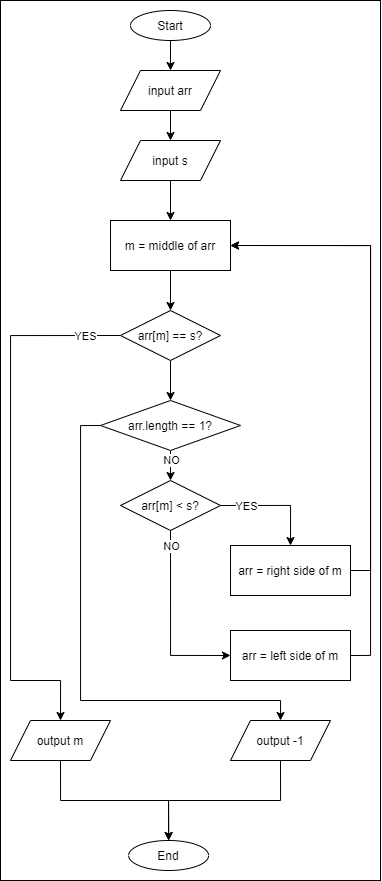
Above: PearsonHND/2022/Unit1_Programming/00_Src/bin_search_flow.png in 000407/LectureNotes (draw.io), before the change. Source tidied: cells renumbered, new cells last; positions are measured from the earlier drawing's top-left corner, leaving out a move shared by most shapes. Source of this version:
```xml
<mxGraphModel>
  <root>
    <mxCell id="0" />
    <mxCell id="1" parent="0" />
    <mxCell id="2" style="rounded=0;whiteSpace=wrap;html=1;fillColor=none;" parent="1" vertex="1">
      <mxGeometry width="380" height="880" as="geometry" />
    </mxCell>
    <mxCell id="3" style="edgeStyle=orthogonalEdgeStyle;rounded=0;jettySize=auto;html=1;exitX=0.5;exitY=1;exitDx=0;exitDy=0;entryX=0.5;entryY=0;entryDx=0;entryDy=0;" parent="1" edge="1" source="4" target="6">
      <mxGeometry relative="1" as="geometry" />
    </mxCell>
    <mxCell id="4" value="Start" style="ellipse;whiteSpace=wrap;html=1;" parent="1" vertex="1">
      <mxGeometry x="130" y="10" width="80" height="30" as="geometry" />
    </mxCell>
    <mxCell id="5" style="edgeStyle=orthogonalEdgeStyle;rounded=0;jettySize=auto;html=1;exitX=0.5;exitY=1;exitDx=0;exitDy=0;entryX=0.5;entryY=0;entryDx=0;entryDy=0;" parent="1" edge="1" source="6" target="8">
      <mxGeometry relative="1" as="geometry" />
    </mxCell>
    <mxCell id="6" value="input arr" style="shape=parallelogram;perimeter=parallelogramPerimeter;whiteSpace=wrap;html=1;fixedSize=1;" parent="1" vertex="1">
      <mxGeometry x="120" y="70" width="100" height="40" as="geometry" />
    </mxCell>
    <mxCell id="7" style="edgeStyle=orthogonalEdgeStyle;rounded=0;jettySize=auto;html=1;exitX=0.5;exitY=1;exitDx=0;exitDy=0;entryX=0.5;entryY=0;entryDx=0;entryDy=0;" parent="1" edge="1" source="8" target="11">
      <mxGeometry relative="1" as="geometry" />
    </mxCell>
    <mxCell id="8" value="input s" style="shape=parallelogram;perimeter=parallelogramPerimeter;whiteSpace=wrap;html=1;fixedSize=1;" parent="1" vertex="1">
      <mxGeometry x="120" y="140" width="100" height="40" as="geometry" />
    </mxCell>
    <mxCell id="9" value="End" style="ellipse;whiteSpace=wrap;html=1;" parent="1" vertex="1">
      <mxGeometry x="128.1" y="840" width="80" height="30" as="geometry" />
    </mxCell>
    <mxCell id="10" style="edgeStyle=orthogonalEdgeStyle;rounded=0;jettySize=auto;html=1;exitX=0.5;exitY=1;exitDx=0;exitDy=0;entryX=0.5;entryY=0;entryDx=0;entryDy=0;" parent="1" edge="1" source="11" target="15">
      <mxGeometry relative="1" as="geometry" />
    </mxCell>
    <mxCell id="11" value="m = middle of arr" style="rounded=0;whiteSpace=wrap;html=1;" parent="1" vertex="1">
      <mxGeometry x="110" y="220" width="120" height="50" as="geometry" />
    </mxCell>
    <mxCell id="12" style="edgeStyle=orthogonalEdgeStyle;rounded=0;jettySize=auto;html=1;exitX=0;exitY=0.5;exitDx=0;exitDy=0;entryX=0.5;entryY=0;entryDx=0;entryDy=0;" parent="1" edge="1" source="15" target="30">
      <mxGeometry relative="1" as="geometry">
        <Array as="points">
          <mxPoint x="10" y="335" />
          <mxPoint x="10" y="680" />
          <mxPoint x="60" y="680" />
        </Array>
      </mxGeometry>
    </mxCell>
    <mxCell id="13" value="YES" style="edgeLabel;html=1;align=center;verticalAlign=middle;" parent="12" vertex="1">
      <mxGeometry x="-0.85" y="1" relative="1" as="geometry">
        <mxPoint x="4" y="-1" as="offset" />
      </mxGeometry>
    </mxCell>
    <mxCell id="14" style="edgeStyle=orthogonalEdgeStyle;rounded=0;jettySize=auto;html=1;exitX=0.5;exitY=1;exitDx=0;exitDy=0;entryX=0.5;entryY=0;entryDx=0;entryDy=0;" parent="1" edge="1" source="15" target="19">
      <mxGeometry relative="1" as="geometry" />
    </mxCell>
    <mxCell id="15" value="arr[m] == s?" style="rhombus;whiteSpace=wrap;html=1;" parent="1" vertex="1">
      <mxGeometry x="120" y="310" width="100" height="50" as="geometry" />
    </mxCell>
    <mxCell id="16" style="edgeStyle=orthogonalEdgeStyle;rounded=0;jettySize=auto;html=1;exitX=0.5;exitY=1;exitDx=0;exitDy=0;entryX=0.5;entryY=0;entryDx=0;entryDy=0;" parent="1" edge="1" source="19" target="24">
      <mxGeometry relative="1" as="geometry" />
    </mxCell>
    <mxCell id="17" value="NO" style="edgeLabel;html=1;align=center;verticalAlign=middle;" parent="16" vertex="1">
      <mxGeometry x="-0.62" relative="1" as="geometry">
        <mxPoint y="4" as="offset" />
      </mxGeometry>
    </mxCell>
    <mxCell id="18" style="edgeStyle=orthogonalEdgeStyle;rounded=0;jettySize=auto;html=1;exitX=0;exitY=0.5;exitDx=0;exitDy=0;entryX=0.5;entryY=0;entryDx=0;entryDy=0;" parent="1" edge="1" source="19" target="32">
      <mxGeometry relative="1" as="geometry">
        <Array as="points">
          <mxPoint x="80" y="425" />
          <mxPoint x="80" y="700" />
          <mxPoint x="280" y="700" />
        </Array>
      </mxGeometry>
    </mxCell>
    <mxCell id="19" value="arr.length == 1?" style="rhombus;whiteSpace=wrap;html=1;" parent="1" vertex="1">
      <mxGeometry x="100" y="400" width="140" height="50" as="geometry" />
    </mxCell>
    <mxCell id="20" style="edgeStyle=orthogonalEdgeStyle;rounded=0;jettySize=auto;html=1;exitX=1;exitY=0.5;exitDx=0;exitDy=0;entryX=0.5;entryY=0;entryDx=0;entryDy=0;" parent="1" edge="1" source="24" target="26">
      <mxGeometry relative="1" as="geometry" />
    </mxCell>
    <mxCell id="21" value="YES" style="edgeLabel;html=1;align=center;verticalAlign=middle;" parent="20" vertex="1">
      <mxGeometry x="-0.52" relative="1" as="geometry" />
    </mxCell>
    <mxCell id="22" style="edgeStyle=orthogonalEdgeStyle;rounded=0;jettySize=auto;html=1;exitX=0.5;exitY=1;exitDx=0;exitDy=0;entryX=0;entryY=0.5;entryDx=0;entryDy=0;" parent="1" edge="1" source="24" target="28">
      <mxGeometry relative="1" as="geometry" />
    </mxCell>
    <mxCell id="23" value="NO" style="edgeLabel;html=1;align=center;verticalAlign=middle;" parent="22" vertex="1">
      <mxGeometry x="-0.77" relative="1" as="geometry">
        <mxPoint y="-6" as="offset" />
      </mxGeometry>
    </mxCell>
    <mxCell id="24" value="arr[m] &amp;lt; s?" style="rhombus;whiteSpace=wrap;html=1;" parent="1" vertex="1">
      <mxGeometry x="120" y="480" width="100" height="50" as="geometry" />
    </mxCell>
    <mxCell id="25" style="edgeStyle=orthogonalEdgeStyle;rounded=0;jettySize=auto;html=1;exitX=1;exitY=0.5;exitDx=0;exitDy=0;entryX=1;entryY=0.5;entryDx=0;entryDy=0;" parent="1" edge="1" source="26" target="11">
      <mxGeometry relative="1" as="geometry" />
    </mxCell>
    <mxCell id="26" value="arr = right side of m" style="rounded=0;whiteSpace=wrap;html=1;" parent="1" vertex="1">
      <mxGeometry x="230" y="545" width="120" height="50" as="geometry" />
    </mxCell>
    <mxCell id="27" style="edgeStyle=orthogonalEdgeStyle;rounded=0;jettySize=auto;html=1;exitX=1;exitY=0.5;exitDx=0;exitDy=0;entryX=1;entryY=0.5;entryDx=0;entryDy=0;" parent="1" edge="1" source="28" target="11">
      <mxGeometry relative="1" as="geometry" />
    </mxCell>
    <mxCell id="28" value="arr = left side of m" style="rounded=0;whiteSpace=wrap;html=1;" parent="1" vertex="1">
      <mxGeometry x="230" y="630" width="120" height="50" as="geometry" />
    </mxCell>
    <mxCell id="29" style="edgeStyle=orthogonalEdgeStyle;rounded=0;jettySize=auto;html=1;exitX=0.5;exitY=1;exitDx=0;exitDy=0;entryX=0.5;entryY=0;entryDx=0;entryDy=0;" parent="1" edge="1" source="30" target="9">
      <mxGeometry relative="1" as="geometry" />
    </mxCell>
    <mxCell id="30" value="output m" style="shape=parallelogram;perimeter=parallelogramPerimeter;whiteSpace=wrap;html=1;fixedSize=1;" parent="1" vertex="1">
      <mxGeometry x="10" y="720" width="100" height="40" as="geometry" />
    </mxCell>
    <mxCell id="31" style="edgeStyle=orthogonalEdgeStyle;rounded=0;jettySize=auto;html=1;exitX=0.5;exitY=1;exitDx=0;exitDy=0;entryX=0.5;entryY=0;entryDx=0;entryDy=0;" parent="1" edge="1" source="32" target="9">
      <mxGeometry relative="1" as="geometry" />
    </mxCell>
    <mxCell id="32" value="output -1" style="shape=parallelogram;perimeter=parallelogramPerimeter;whiteSpace=wrap;html=1;fixedSize=1;" parent="1" vertex="1">
      <mxGeometry x="230" y="720" width="100" height="40" as="geometry" />
    </mxCell>
  </root>
</mxGraphModel>
```
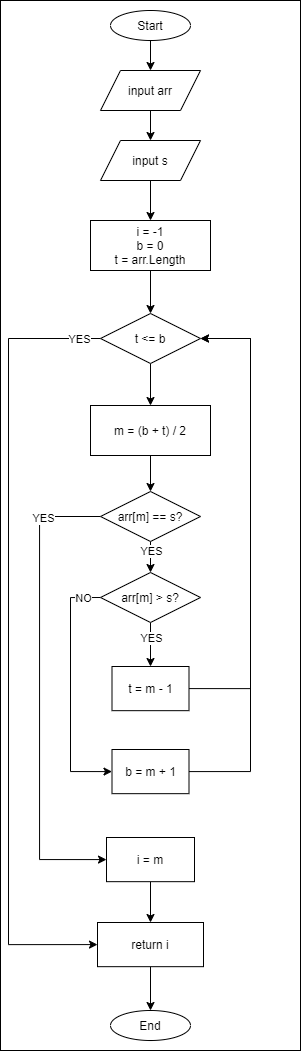
After the commit.

What changed in the source:
```diff
@@ -3,7 +3,7 @@
     <mxCell id="0" />
     <mxCell id="1" parent="0" />
     <mxCell id="2" style="rounded=0;whiteSpace=wrap;html=1;fillColor=none;" parent="1" vertex="1">
-      <mxGeometry width="380" height="880" as="geometry" />
+      <mxGeometry x="20" width="300" height="1050" as="geometry" />
     </mxCell>
     <mxCell id="3" style="edgeStyle=orthogonalEdgeStyle;rounded=0;jettySize=auto;html=1;exitX=0.5;exitY=1;exitDx=0;exitDy=0;entryX=0.5;entryY=0;entryDx=0;entryDy=0;" parent="1" edge="1" source="4" target="6">
       <mxGeometry relative="1" as="geometry" />
@@ -24,94 +24,112 @@
       <mxGeometry x="120" y="140" width="100" height="40" as="geometry" />
     </mxCell>
     <mxCell id="9" value="End" style="ellipse;whiteSpace=wrap;html=1;" parent="1" vertex="1">
-      <mxGeometry x="128.1" y="840" width="80" height="30" as="geometry" />
+      <mxGeometry x="130" y="1010" width="80" height="30" as="geometry" />
     </mxCell>
-    <mxCell id="10" style="edgeStyle=orthogonalEdgeStyle;rounded=0;jettySize=auto;html=1;exitX=0.5;exitY=1;exitDx=0;exitDy=0;entryX=0.5;entryY=0;entryDx=0;entryDy=0;" parent="1" edge="1" source="11" target="15">
-      <mxGeometry relative="1" as="geometry" />
-    </mxCell>
+    <mxCell id="33" style="edgeStyle=orthogonalEdgeStyle;rounded=0;jettySize=auto;html=1;exitX=0.5;exitY=1;exitDx=0;exitDy=0;entryX=0.5;entryY=0;entryDx=0;entryDy=0;" parent="1" edge="1" source="11" target="41">
+      <mxGeometry relative="1" as="geometry" />
+    </mxCell>
-    <mxCell id="11" value="m = middle of arr" style="rounded=0;whiteSpace=wrap;html=1;" parent="1" vertex="1">
+    <mxCell id="11" value="i = -1&lt;br&gt;b = 0&lt;br&gt;t = arr.Length" style="rounded=0;whiteSpace=wrap;html=1;" parent="1" vertex="1">
       <mxGeometry x="110" y="220" width="120" height="50" as="geometry" />
     </mxCell>
-    <mxCell id="12" style="edgeStyle=orthogonalEdgeStyle;rounded=0;jettySize=auto;html=1;exitX=0;exitY=0.5;exitDx=0;exitDy=0;entryX=0.5;entryY=0;entryDx=0;entryDy=0;" parent="1" edge="1" source="15" target="30">
-      <mxGeometry relative="1" as="geometry">
-        <Array as="points">
-          <mxPoint x="10" y="335" />
-          <mxPoint x="10" y="680" />
-          <mxPoint x="60" y="680" />
-        </Array>
-      </mxGeometry>
-    </mxCell>
-    <mxCell id="13" value="YES" style="edgeLabel;html=1;align=center;verticalAlign=middle;" parent="12" vertex="1">
-      <mxGeometry x="-0.85" y="1" relative="1" as="geometry">
-        <mxPoint x="4" y="-1" as="offset" />
-      </mxGeometry>
-    </mxCell>
-    <mxCell id="14" style="edgeStyle=orthogonalEdgeStyle;rounded=0;jettySize=auto;html=1;exitX=0.5;exitY=1;exitDx=0;exitDy=0;entryX=0.5;entryY=0;entryDx=0;entryDy=0;" parent="1" edge="1" source="15" target="19">
-      <mxGeometry relative="1" as="geometry" />
-    </mxCell>
+    <mxCell id="34" style="edgeStyle=orthogonalEdgeStyle;rounded=0;jettySize=auto;html=1;exitX=0;exitY=0.5;exitDx=0;exitDy=0;entryX=0;entryY=0.5;entryDx=0;entryDy=0;" parent="1" edge="1" source="15" target="56">
+      <mxGeometry relative="1" as="geometry">
+        <Array as="points">
+          <mxPoint x="59" y="516" />
+          <mxPoint x="59" y="859" />
+        </Array>
+      </mxGeometry>
+    </mxCell>
+    <mxCell id="35" value="YES" style="edgeLabel;html=1;align=center;verticalAlign=middle;" parent="34" vertex="1">
+      <mxGeometry x="-0.76" y="1" relative="1" as="geometry" />
+    </mxCell>
+    <mxCell id="36" style="edgeStyle=orthogonalEdgeStyle;rounded=0;jettySize=auto;html=1;exitX=0.5;exitY=1;exitDx=0;exitDy=0;entryX=0.5;entryY=0;entryDx=0;entryDy=0;" parent="1" edge="1" source="15" target="50">
+      <mxGeometry relative="1" as="geometry" />
+    </mxCell>
+    <mxCell id="37" value="YES" style="edgeLabel;html=1;align=center;verticalAlign=middle;" parent="36" vertex="1">
+      <mxGeometry x="-0.41" relative="1" as="geometry" />
+    </mxCell>
     <mxCell id="15" value="arr[m] == s?" style="rhombus;whiteSpace=wrap;html=1;" parent="1" vertex="1">
-      <mxGeometry x="120" y="310" width="100" height="50" as="geometry" />
+      <mxGeometry x="120" y="491" width="100" height="50" as="geometry" />
     </mxCell>
-    <mxCell id="16" style="edgeStyle=orthogonalEdgeStyle;rounded=0;jettySize=auto;html=1;exitX=0.5;exitY=1;exitDx=0;exitDy=0;entryX=0.5;entryY=0;entryDx=0;entryDy=0;" parent="1" edge="1" source="19" target="24">
-      <mxGeometry relative="1" as="geometry" />
-    </mxCell>
-    <mxCell id="17" value="NO" style="edgeLabel;html=1;align=center;verticalAlign=middle;" parent="16" vertex="1">
-      <mxGeometry x="-0.62" relative="1" as="geometry">
-        <mxPoint y="4" as="offset" />
-      </mxGeometry>
-    </mxCell>
-    <mxCell id="18" style="edgeStyle=orthogonalEdgeStyle;rounded=0;jettySize=auto;html=1;exitX=0;exitY=0.5;exitDx=0;exitDy=0;entryX=0.5;entryY=0;entryDx=0;entryDy=0;" parent="1" edge="1" source="19" target="32">
-      <mxGeometry relative="1" as="geometry">
-        <Array as="points">
-          <mxPoint x="80" y="425" />
-          <mxPoint x="80" y="700" />
-          <mxPoint x="280" y="700" />
-        </Array>
-      </mxGeometry>
-    </mxCell>
-    <mxCell id="19" value="arr.length == 1?" style="rhombus;whiteSpace=wrap;html=1;" parent="1" vertex="1">
-      <mxGeometry x="100" y="400" width="140" height="50" as="geometry" />
-    </mxCell>
-    <mxCell id="20" style="edgeStyle=orthogonalEdgeStyle;rounded=0;jettySize=auto;html=1;exitX=1;exitY=0.5;exitDx=0;exitDy=0;entryX=0.5;entryY=0;entryDx=0;entryDy=0;" parent="1" edge="1" source="24" target="26">
-      <mxGeometry relative="1" as="geometry" />
-    </mxCell>
-    <mxCell id="21" value="YES" style="edgeLabel;html=1;align=center;verticalAlign=middle;" parent="20" vertex="1">
-      <mxGeometry x="-0.52" relative="1" as="geometry" />
-    </mxCell>
-    <mxCell id="22" style="edgeStyle=orthogonalEdgeStyle;rounded=0;jettySize=auto;html=1;exitX=0.5;exitY=1;exitDx=0;exitDy=0;entryX=0;entryY=0.5;entryDx=0;entryDy=0;" parent="1" edge="1" source="24" target="28">
-      <mxGeometry relative="1" as="geometry" />
-    </mxCell>
-    <mxCell id="23" value="NO" style="edgeLabel;html=1;align=center;verticalAlign=middle;" parent="22" vertex="1">
-      <mxGeometry x="-0.77" relative="1" as="geometry">
-        <mxPoint y="-6" as="offset" />
-      </mxGeometry>
-    </mxCell>
-    <mxCell id="24" value="arr[m] &amp;lt; s?" style="rhombus;whiteSpace=wrap;html=1;" parent="1" vertex="1">
-      <mxGeometry x="120" y="480" width="100" height="50" as="geometry" />
-    </mxCell>
-    <mxCell id="25" style="edgeStyle=orthogonalEdgeStyle;rounded=0;jettySize=auto;html=1;exitX=1;exitY=0.5;exitDx=0;exitDy=0;entryX=1;entryY=0.5;entryDx=0;entryDy=0;" parent="1" edge="1" source="26" target="11">
-      <mxGeometry relative="1" as="geometry" />
-    </mxCell>
-    <mxCell id="26" value="arr = right side of m" style="rounded=0;whiteSpace=wrap;html=1;" parent="1" vertex="1">
-      <mxGeometry x="230" y="545" width="120" height="50" as="geometry" />
-    </mxCell>
-    <mxCell id="27" style="edgeStyle=orthogonalEdgeStyle;rounded=0;jettySize=auto;html=1;exitX=1;exitY=0.5;exitDx=0;exitDy=0;entryX=1;entryY=0.5;entryDx=0;entryDy=0;" parent="1" edge="1" source="28" target="11">
-      <mxGeometry relative="1" as="geometry" />
-    </mxCell>
-    <mxCell id="28" value="arr = left side of m" style="rounded=0;whiteSpace=wrap;html=1;" parent="1" vertex="1">
-      <mxGeometry x="230" y="630" width="120" height="50" as="geometry" />
-    </mxCell>
-    <mxCell id="29" style="edgeStyle=orthogonalEdgeStyle;rounded=0;jettySize=auto;html=1;exitX=0.5;exitY=1;exitDx=0;exitDy=0;entryX=0.5;entryY=0;entryDx=0;entryDy=0;" parent="1" edge="1" source="30" target="9">
-      <mxGeometry relative="1" as="geometry" />
-    </mxCell>
-    <mxCell id="30" value="output m" style="shape=parallelogram;perimeter=parallelogramPerimeter;whiteSpace=wrap;html=1;fixedSize=1;" parent="1" vertex="1">
-      <mxGeometry x="10" y="720" width="100" height="40" as="geometry" />
-    </mxCell>
-    <mxCell id="31" style="edgeStyle=orthogonalEdgeStyle;rounded=0;jettySize=auto;html=1;exitX=0.5;exitY=1;exitDx=0;exitDy=0;entryX=0.5;entryY=0;entryDx=0;entryDy=0;" parent="1" edge="1" source="32" target="9">
-      <mxGeometry relative="1" as="geometry" />
-    </mxCell>
-    <mxCell id="32" value="output -1" style="shape=parallelogram;perimeter=parallelogramPerimeter;whiteSpace=wrap;html=1;fixedSize=1;" parent="1" vertex="1">
-      <mxGeometry x="230" y="720" width="100" height="40" as="geometry" />
-    </mxCell>
+    <mxCell id="38" style="edgeStyle=orthogonalEdgeStyle;rounded=0;jettySize=auto;html=1;exitX=0.5;exitY=1;exitDx=0;exitDy=0;entryX=0.5;entryY=0;entryDx=0;entryDy=0;" parent="1" edge="1" source="41" target="43">
+      <mxGeometry relative="1" as="geometry" />
+    </mxCell>
+    <mxCell id="39" style="edgeStyle=orthogonalEdgeStyle;rounded=0;jettySize=auto;html=1;exitX=0;exitY=0.5;exitDx=0;exitDy=0;entryX=0;entryY=0.5;entryDx=0;entryDy=0;" parent="1" edge="1" source="41" target="45">
+      <mxGeometry relative="1" as="geometry">
+        <Array as="points">
+          <mxPoint x="28" y="338" />
+          <mxPoint x="28" y="944" />
+        </Array>
+      </mxGeometry>
+    </mxCell>
+    <mxCell id="40" value="YES" style="edgeLabel;html=1;align=center;verticalAlign=middle;" parent="39" vertex="1">
+      <mxGeometry x="-0.95" relative="1" as="geometry" />
+    </mxCell>
+    <mxCell id="41" value="t &amp;lt;= b" style="rhombus;whiteSpace=wrap;html=1;" parent="1" vertex="1">
+      <mxGeometry x="120" y="313" width="100" height="50" as="geometry" />
+    </mxCell>
+    <mxCell id="42" style="edgeStyle=orthogonalEdgeStyle;rounded=0;jettySize=auto;html=1;exitX=0.5;exitY=1;exitDx=0;exitDy=0;entryX=0.5;entryY=0;entryDx=0;entryDy=0;" parent="1" edge="1" source="43" target="15">
+      <mxGeometry relative="1" as="geometry" />
+    </mxCell>
+    <mxCell id="43" value="m = (b + t) / 2" style="rounded=0;whiteSpace=wrap;html=1;" parent="1" vertex="1">
+      <mxGeometry x="110" y="405" width="120" height="50" as="geometry" />
+    </mxCell>
+    <mxCell id="44" style="edgeStyle=orthogonalEdgeStyle;rounded=0;jettySize=auto;html=1;exitX=0.5;exitY=1;exitDx=0;exitDy=0;entryX=0.5;entryY=0;entryDx=0;entryDy=0;" parent="1" edge="1" source="45" target="9">
+      <mxGeometry relative="1" as="geometry" />
+    </mxCell>
+    <mxCell id="45" value="return i" style="rounded=0;whiteSpace=wrap;html=1;" parent="1" vertex="1">
+      <mxGeometry x="117" y="922" width="106" height="44.2" as="geometry" />
+    </mxCell>
+    <mxCell id="46" style="edgeStyle=orthogonalEdgeStyle;rounded=0;jettySize=auto;html=1;exitX=0.5;exitY=1;exitDx=0;exitDy=0;entryX=0.5;entryY=0;entryDx=0;entryDy=0;" parent="1" edge="1" source="50" target="52">
+      <mxGeometry relative="1" as="geometry" />
+    </mxCell>
+    <mxCell id="47" value="YES" style="edgeLabel;html=1;align=center;verticalAlign=middle;" parent="46" vertex="1">
+      <mxGeometry x="-0.28" relative="1" as="geometry" />
+    </mxCell>
+    <mxCell id="48" style="edgeStyle=orthogonalEdgeStyle;rounded=0;jettySize=auto;html=1;exitX=0;exitY=0.5;exitDx=0;exitDy=0;entryX=0;entryY=0.5;entryDx=0;entryDy=0;" parent="1" edge="1" source="50" target="54">
+      <mxGeometry relative="1" as="geometry">
+        <Array as="points">
+          <mxPoint x="90" y="597" />
+          <mxPoint x="90" y="771" />
+        </Array>
+      </mxGeometry>
+    </mxCell>
+    <mxCell id="49" value="NO" style="edgeLabel;html=1;align=center;verticalAlign=middle;" parent="48" vertex="1">
+      <mxGeometry x="-0.96" relative="1" as="geometry">
+        <mxPoint x="-13" as="offset" />
+      </mxGeometry>
+    </mxCell>
+    <mxCell id="50" value="arr[m] &amp;gt; s?" style="rhombus;whiteSpace=wrap;html=1;" parent="1" vertex="1">
+      <mxGeometry x="120" y="572" width="100" height="50" as="geometry" />
+    </mxCell>
+    <mxCell id="51" style="edgeStyle=orthogonalEdgeStyle;rounded=0;jettySize=auto;html=1;exitX=1;exitY=0.5;exitDx=0;exitDy=0;entryX=1;entryY=0.5;entryDx=0;entryDy=0;" parent="1" edge="1" source="52" target="41">
+      <mxGeometry relative="1" as="geometry">
+        <Array as="points">
+          <mxPoint x="270" y="688" />
+          <mxPoint x="270" y="338" />
+        </Array>
+      </mxGeometry>
+    </mxCell>
+    <mxCell id="52" value="t = m - 1" style="rounded=0;whiteSpace=wrap;html=1;" parent="1" vertex="1">
+      <mxGeometry x="131.5" y="666" width="77" height="44.2" as="geometry" />
+    </mxCell>
+    <mxCell id="53" style="edgeStyle=orthogonalEdgeStyle;rounded=0;jettySize=auto;html=1;exitX=1;exitY=0.5;exitDx=0;exitDy=0;entryX=1;entryY=0.5;entryDx=0;entryDy=0;" parent="1" edge="1" source="54" target="41">
+      <mxGeometry relative="1" as="geometry">
+        <Array as="points">
+          <mxPoint x="270" y="771" />
+          <mxPoint x="270" y="338" />
+        </Array>
+      </mxGeometry>
+    </mxCell>
+    <mxCell id="54" value="b = m + 1" style="rounded=0;whiteSpace=wrap;html=1;" parent="1" vertex="1">
+      <mxGeometry x="131.5" y="749" width="77" height="44.2" as="geometry" />
+    </mxCell>
+    <mxCell id="55" style="edgeStyle=orthogonalEdgeStyle;rounded=0;jettySize=auto;html=1;exitX=0.5;exitY=1;exitDx=0;exitDy=0;entryX=0.5;entryY=0;entryDx=0;entryDy=0;" parent="1" edge="1" source="56" target="45">
+      <mxGeometry relative="1" as="geometry" />
+    </mxCell>
+    <mxCell id="56" value="i = m" style="rounded=0;whiteSpace=wrap;html=1;" parent="1" vertex="1">
+      <mxGeometry x="126" y="837" width="88" height="44.2" as="geometry" />
+    </mxCell>
   </root>
 </mxGraphModel>
```
